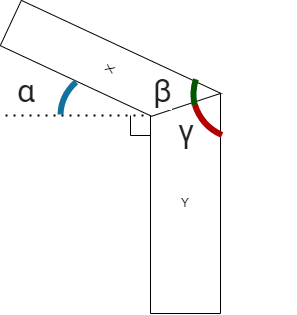
pvlasov/sawing-calculator keeps this draw.io diagram as docs/illustration.png. Above is the earlier version. Source tidied: cells renumbered, new cells last; positions are measured from the earlier drawing's top-left corner, leaving out a move shared by most shapes. Source of this version:
```xml
<mxGraphModel>
  <root>
    <mxCell id="0" />
    <mxCell id="1" parent="0" />
    <mxCell id="2" value="Y" style="shape=manualInput;whiteSpace=wrap;html=1;size=8;" parent="1" vertex="1">
      <mxGeometry x="145" y="134" width="70" height="220" as="geometry" />
    </mxCell>
    <mxCell id="3" value="X" style="shape=manualInput;whiteSpace=wrap;html=1;size=53;flipV=1;rotation=-65;" parent="1" vertex="1">
      <mxGeometry x="80" width="50" height="220" as="geometry" />
    </mxCell>
    <mxCell id="4" value="&lt;span style=&quot;color: rgb(32, 33, 36); font-family: Roboto, arial, sans-serif; font-size: 32px; font-style: normal; font-variant-ligatures: normal; font-variant-caps: normal; font-weight: 400; letter-spacing: normal; orphans: 2; text-align: left; text-indent: 0px; text-transform: none; widows: 2; word-spacing: 0px; -webkit-text-stroke-width: 0px; background-color: rgb(255, 255, 255); text-decoration-thickness: initial; text-decoration-style: initial; text-decoration-color: initial; float: none; display: inline !important;&quot;&gt;α&lt;/span&gt;" style="text;whiteSpace=wrap;html=1;" parent="1" vertex="1">
      <mxGeometry x="10" y="106" width="40" height="40" as="geometry" />
    </mxCell>
    <mxCell id="5" value="&lt;span style=&quot;color: rgb(32, 33, 36); font-family: Roboto, arial, sans-serif; font-size: 32px; font-style: normal; font-variant-ligatures: normal; font-variant-caps: normal; font-weight: 400; letter-spacing: normal; orphans: 2; text-align: left; text-indent: 0px; text-transform: none; widows: 2; word-spacing: 0px; -webkit-text-stroke-width: 0px; background-color: rgb(255, 255, 255); text-decoration-thickness: initial; text-decoration-style: initial; text-decoration-color: initial; float: none; display: inline !important;&quot;&gt;β&lt;/span&gt;" style="text;whiteSpace=wrap;html=1;" parent="1" vertex="1">
      <mxGeometry x="146" y="106" width="40" height="40" as="geometry" />
    </mxCell>
    <mxCell id="6" value="&lt;span style=&quot;color: rgb(32, 33, 36); font-family: Roboto, arial, sans-serif; font-size: 32px; font-style: normal; font-variant-ligatures: normal; font-variant-caps: normal; font-weight: 400; letter-spacing: normal; orphans: 2; text-align: left; text-indent: 0px; text-transform: none; widows: 2; word-spacing: 0px; -webkit-text-stroke-width: 0px; background-color: rgb(255, 255, 255); text-decoration-thickness: initial; text-decoration-style: initial; text-decoration-color: initial; float: none; display: inline !important;&quot;&gt;γ&lt;/span&gt;" style="text;whiteSpace=wrap;html=1;" parent="1" vertex="1">
      <mxGeometry x="171" y="146" width="40" height="40" as="geometry" />
    </mxCell>
    <mxCell id="7" style="verticalLabelPosition=bottom;verticalAlign=top;html=1;shape=mxgraph.basic.arc;strokeColor=#10739E;strokeWidth=6;startAngle=0.7532476092441872;endAngle=0.866845351537719;" parent="1" vertex="1">
      <mxGeometry x="55" y="106" width="121" height="100" as="geometry" />
    </mxCell>
    <mxCell id="8" style="verticalLabelPosition=bottom;verticalAlign=top;html=1;shape=mxgraph.basic.arc;strokeColor=#005700;strokeWidth=6;startAngle=0.715534948534998;endAngle=0.7992907545140471;fillColor=#008a00;fontColor=#ffffff;" parent="1" vertex="1">
      <mxGeometry x="188" y="85" width="100" height="100" as="geometry" />
    </mxCell>
    <mxCell id="9" style="verticalLabelPosition=bottom;verticalAlign=top;html=1;shape=mxgraph.basic.arc;strokeColor=#B20000;strokeWidth=6;startAngle=0.567164186518581;endAngle=0.7007092454859529;fillColor=#e51400;fontColor=#ffffff;" parent="1" vertex="1">
      <mxGeometry x="187" y="80" width="100" height="100" as="geometry" />
    </mxCell>
    <mxCell id="10" style="endArrow=none;dashed=1;html=1;dashPattern=1 3;strokeWidth=2;rounded=0;entryX=0;entryY=0.75;entryDx=0;entryDy=0;" parent="1" edge="1" target="3">
      <mxGeometry relative="1" as="geometry">
        <mxPoint y="156" as="sourcePoint" />
      </mxGeometry>
    </mxCell>
    <mxCell id="11" style="endArrow=none;html=1;rounded=0;edgeStyle=orthogonalEdgeStyle;" parent="1" edge="1">
      <mxGeometry relative="1" as="geometry">
        <mxPoint x="125" y="156" as="sourcePoint" />
        <mxPoint x="145" y="176" as="targetPoint" />
        <Array as="points">
          <mxPoint x="125" y="176" />
        </Array>
      </mxGeometry>
    </mxCell>
  </root>
</mxGraphModel>
```
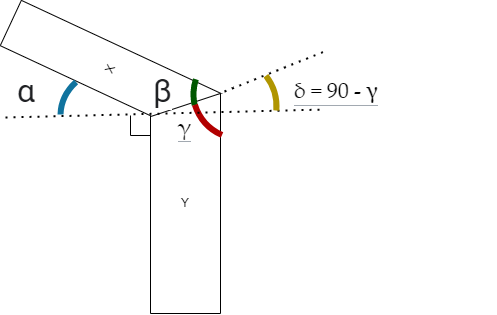
After the change.

Change to the diagram source:
```diff
@@ -14,7 +14,7 @@
     <mxCell id="5" value="&lt;span style=&quot;color: rgb(32, 33, 36); font-family: Roboto, arial, sans-serif; font-size: 32px; font-style: normal; font-variant-ligatures: normal; font-variant-caps: normal; font-weight: 400; letter-spacing: normal; orphans: 2; text-align: left; text-indent: 0px; text-transform: none; widows: 2; word-spacing: 0px; -webkit-text-stroke-width: 0px; background-color: rgb(255, 255, 255); text-decoration-thickness: initial; text-decoration-style: initial; text-decoration-color: initial; float: none; display: inline !important;&quot;&gt;β&lt;/span&gt;" style="text;whiteSpace=wrap;html=1;" parent="1" vertex="1">
       <mxGeometry x="146" y="106" width="40" height="40" as="geometry" />
     </mxCell>
-    <mxCell id="6" value="&lt;span style=&quot;color: rgb(32, 33, 36); font-family: Roboto, arial, sans-serif; font-size: 32px; font-style: normal; font-variant-ligatures: normal; font-variant-caps: normal; font-weight: 400; letter-spacing: normal; orphans: 2; text-align: left; text-indent: 0px; text-transform: none; widows: 2; word-spacing: 0px; -webkit-text-stroke-width: 0px; background-color: rgb(255, 255, 255); text-decoration-thickness: initial; text-decoration-style: initial; text-decoration-color: initial; float: none; display: inline !important;&quot;&gt;γ&lt;/span&gt;" style="text;whiteSpace=wrap;html=1;" parent="1" vertex="1">
+    <mxCell id="6" value="&lt;h1 style=&quot;margin: 0px 0px 0.25em; padding: 0px; overflow: visible; border-bottom: 1px solid rgb(162, 169, 177); font-size: 1.8em; font-weight: normal; width: auto; font-family: &amp;quot;Linux Libertine&amp;quot;, Georgia, Times, serif; line-height: 1.3;&quot; class=&quot;firstHeading mw-first-heading&quot; id=&quot;firstHeading&quot;&gt;&lt;span style=&quot;font-family: &amp;quot;New Athena Unicode&amp;quot;, &amp;quot;DejaVu Sans&amp;quot;, Athena, Gentium, &amp;quot;Gentium Plus&amp;quot;, &amp;quot;Palatino Linotype&amp;quot;, Times, &amp;quot;Arial Unicode MS&amp;quot;, &amp;quot;Lucida Sans Unicode&amp;quot;, &amp;quot;Lucida Grande&amp;quot;, Code2000, sans-serif;&quot; class=&quot;polytonic&quot;&gt;γ&lt;/span&gt;&lt;/h1&gt;" style="text;whiteSpace=wrap;html=1;" parent="1" vertex="1">
       <mxGeometry x="171" y="146" width="40" height="40" as="geometry" />
     </mxCell>
     <mxCell id="7" style="verticalLabelPosition=bottom;verticalAlign=top;html=1;shape=mxgraph.basic.arc;strokeColor=#10739E;strokeWidth=6;startAngle=0.7532476092441872;endAngle=0.866845351537719;" parent="1" vertex="1">
@@ -26,9 +26,10 @@
     <mxCell id="9" style="verticalLabelPosition=bottom;verticalAlign=top;html=1;shape=mxgraph.basic.arc;strokeColor=#B20000;strokeWidth=6;startAngle=0.567164186518581;endAngle=0.7007092454859529;fillColor=#e51400;fontColor=#ffffff;" parent="1" vertex="1">
       <mxGeometry x="187" y="80" width="100" height="100" as="geometry" />
     </mxCell>
-    <mxCell id="10" style="endArrow=none;dashed=1;html=1;dashPattern=1 3;strokeWidth=2;rounded=0;entryX=0;entryY=0.75;entryDx=0;entryDy=0;" parent="1" edge="1" target="3">
+    <mxCell id="10" style="endArrow=none;dashed=1;html=1;dashPattern=1 3;strokeWidth=2;rounded=0;" parent="1" edge="1">
       <mxGeometry relative="1" as="geometry">
-        <mxPoint y="156" as="sourcePoint" />
+        <mxPoint y="158" as="sourcePoint" />
+        <mxPoint x="320" y="150" as="targetPoint" />
       </mxGeometry>
     </mxCell>
     <mxCell id="11" style="endArrow=none;html=1;rounded=0;edgeStyle=orthogonalEdgeStyle;" parent="1" edge="1">
@@ -40,5 +41,17 @@
         </Array>
       </mxGeometry>
     </mxCell>
+    <mxCell id="12" style="endArrow=none;dashed=1;html=1;dashPattern=1 3;strokeWidth=2;rounded=0;" parent="1" edge="1">
+      <mxGeometry relative="1" as="geometry">
+        <mxPoint x="219" y="132" as="sourcePoint" />
+        <mxPoint x="319" y="92" as="targetPoint" />
+      </mxGeometry>
+    </mxCell>
+    <mxCell id="13" style="verticalLabelPosition=bottom;verticalAlign=top;html=1;shape=mxgraph.basic.arc;strokeColor=#B09500;strokeWidth=6;startAngle=0.1445715809024097;endAngle=0.26270533683305797;fillColor=#e3c800;fontColor=#000000;" parent="1" vertex="1">
+      <mxGeometry x="171" y="97" width="100" height="100" as="geometry" />
+    </mxCell>
+    <mxCell id="14" value="&lt;h1 style=&quot;color: rgb(0, 0, 0); margin: 0px 0px 0.25em; padding: 0px; overflow: visible; border-bottom: 1px solid rgb(162, 169, 177); font-size: 1.8em; font-weight: normal; width: auto; font-family: &amp;quot;Linux Libertine&amp;quot;, Georgia, Times, serif; line-height: 1.3; font-style: normal; font-variant-ligatures: normal; font-variant-caps: normal; letter-spacing: normal; orphans: 2; text-align: start; text-indent: 0px; text-transform: none; widows: 2; word-spacing: 0px; -webkit-text-stroke-width: 0px; text-decoration-thickness: initial; text-decoration-style: initial; text-decoration-color: initial;&quot; class=&quot;firstHeading mw-first-heading&quot; id=&quot;firstHeading&quot;&gt;&lt;span style=&quot;font-family: &amp;quot;New Athena Unicode&amp;quot;, &amp;quot;DejaVu Sans&amp;quot;, Athena, Gentium, &amp;quot;Gentium Plus&amp;quot;, &amp;quot;Palatino Linotype&amp;quot;, Times, &amp;quot;Arial Unicode MS&amp;quot;, &amp;quot;Lucida Sans Unicode&amp;quot;, &amp;quot;Lucida Grande&amp;quot;, Code2000, sans-serif; font-style: normal;&quot; class=&quot;polytonic&quot;&gt;δ = 90 -&amp;nbsp;&lt;/span&gt;γ&lt;/h1&gt;" style="text;whiteSpace=wrap;html=1;" parent="1" vertex="1">
+      <mxGeometry x="287" y="110" width="203" height="50" as="geometry" />
+    </mxCell>
   </root>
 </mxGraphModel>
```
